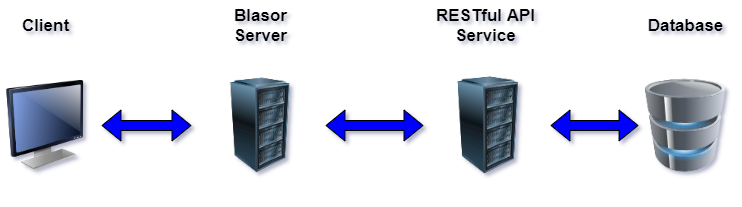
Above: Shared/PWA Structure.drawio.png in mpaulohs/ShopOnlineBlazor (draw.io), before the change. Source tidied: cells renumbered, new cells last; positions are measured from the earlier drawing's top-left corner, leaving out a move shared by most shapes.
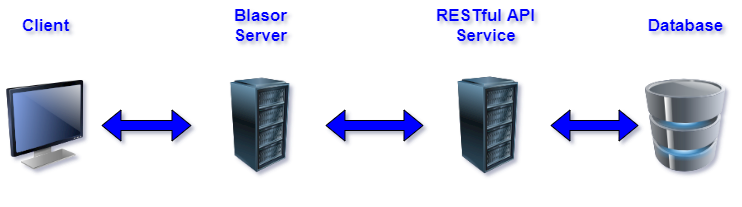
The same diagram one commit later.

What changed in the source:
```diff
@@ -14,16 +14,16 @@
     <mxCell id="5" style="image;html=1;image=img/lib/clip_art/computers/Monitor_128x128.png;" parent="1" vertex="1">
       <mxGeometry y="80" width="90" height="90" as="geometry" />
     </mxCell>
-    <mxCell id="6" value="&lt;b style=&quot;font-size: 17px;&quot;&gt;&lt;font style=&quot;font-size: 17px;&quot;&gt;Client&lt;br style=&quot;font-size: 17px;&quot;&gt;&lt;/font&gt;&lt;/b&gt;" style="text;html=1;align=center;verticalAlign=middle;fillColor=none;strokeColor=none;rounded=0;perimeterSpacing=0;fontSize=17;" parent="1" vertex="1">
+    <mxCell id="6" value="&lt;b style=&quot;font-size: 17px;&quot;&gt;&lt;font style=&quot;font-size: 17px;&quot;&gt;Client&lt;br style=&quot;font-size: 17px;&quot;&gt;&lt;/font&gt;&lt;/b&gt;" style="text;html=1;align=center;verticalAlign=middle;fillColor=none;strokeColor=none;rounded=0;perimeterSpacing=0;fontSize=17;fontColor=#0000FF;" parent="1" vertex="1">
       <mxGeometry x="15" y="10" width="60" height="30" as="geometry" />
     </mxCell>
-    <mxCell id="7" value="&lt;b style=&quot;font-size: 17px;&quot;&gt;&lt;font style=&quot;font-size: 17px;&quot;&gt;Blasor&lt;br style=&quot;font-size: 17px;&quot;&gt;Server&lt;br style=&quot;font-size: 17px;&quot;&gt;&lt;/font&gt;&lt;/b&gt;" style="text;html=1;align=center;verticalAlign=middle;fillColor=none;strokeColor=none;rounded=0;perimeterSpacing=0;fontSize=17;" parent="1" vertex="1">
+    <mxCell id="7" value="&lt;b style=&quot;font-size: 17px;&quot;&gt;&lt;font style=&quot;font-size: 17px;&quot;&gt;Blasor&lt;br style=&quot;font-size: 17px;&quot;&gt;Server&lt;br style=&quot;font-size: 17px;&quot;&gt;&lt;/font&gt;&lt;/b&gt;" style="text;html=1;align=center;verticalAlign=middle;fillColor=none;strokeColor=none;rounded=0;perimeterSpacing=0;fontSize=17;fontColor=#0000FF;" parent="1" vertex="1">
       <mxGeometry x="225" width="70" height="50" as="geometry" />
     </mxCell>
-    <mxCell id="8" value="&lt;b style=&quot;font-size: 17px;&quot;&gt;&lt;font style=&quot;font-size: 17px;&quot;&gt;RESTful API&lt;br style=&quot;font-size: 17px;&quot;&gt;Service&lt;br style=&quot;font-size: 17px;&quot;&gt;&lt;/font&gt;&lt;/b&gt;" style="text;html=1;align=center;verticalAlign=middle;fillColor=none;strokeColor=none;rounded=0;perimeterSpacing=0;fontSize=17;" parent="1" vertex="1">
+    <mxCell id="8" value="&lt;b style=&quot;font-size: 17px;&quot;&gt;&lt;font style=&quot;font-size: 17px;&quot;&gt;RESTful API&lt;br style=&quot;font-size: 17px;&quot;&gt;Service&lt;br style=&quot;font-size: 17px;&quot;&gt;&lt;/font&gt;&lt;/b&gt;" style="text;html=1;align=center;verticalAlign=middle;fillColor=none;strokeColor=none;rounded=0;perimeterSpacing=0;fontSize=17;fontColor=#0000FF;" parent="1" vertex="1">
       <mxGeometry x="430" width="110" height="50" as="geometry" />
     </mxCell>
-    <mxCell id="9" value="&lt;b style=&quot;font-size: 17px;&quot;&gt;&lt;font style=&quot;font-size: 17px;&quot;&gt;Database&lt;br style=&quot;font-size: 17px;&quot;&gt;&lt;/font&gt;&lt;/b&gt;" style="text;html=1;align=center;verticalAlign=middle;fillColor=none;strokeColor=none;rounded=0;perimeterSpacing=0;fontSize=17;" parent="1" vertex="1">
+    <mxCell id="9" value="&lt;b style=&quot;font-size: 17px;&quot;&gt;&lt;font style=&quot;font-size: 17px;&quot;&gt;Database&lt;br style=&quot;font-size: 17px;&quot;&gt;&lt;/font&gt;&lt;/b&gt;" style="text;html=1;align=center;verticalAlign=middle;fillColor=none;strokeColor=none;rounded=0;perimeterSpacing=0;fontSize=17;fontColor=#0000FF;" parent="1" vertex="1">
       <mxGeometry x="640" y="10" width="90" height="30" as="geometry" />
     </mxCell>
     <mxCell id="10" style="shape=flexArrow;endArrow=classic;startArrow=classic;html=1;rounded=0;fontSize=24;fillColor=#0000FF;" parent="1" edge="1" source="4" target="3">
```
